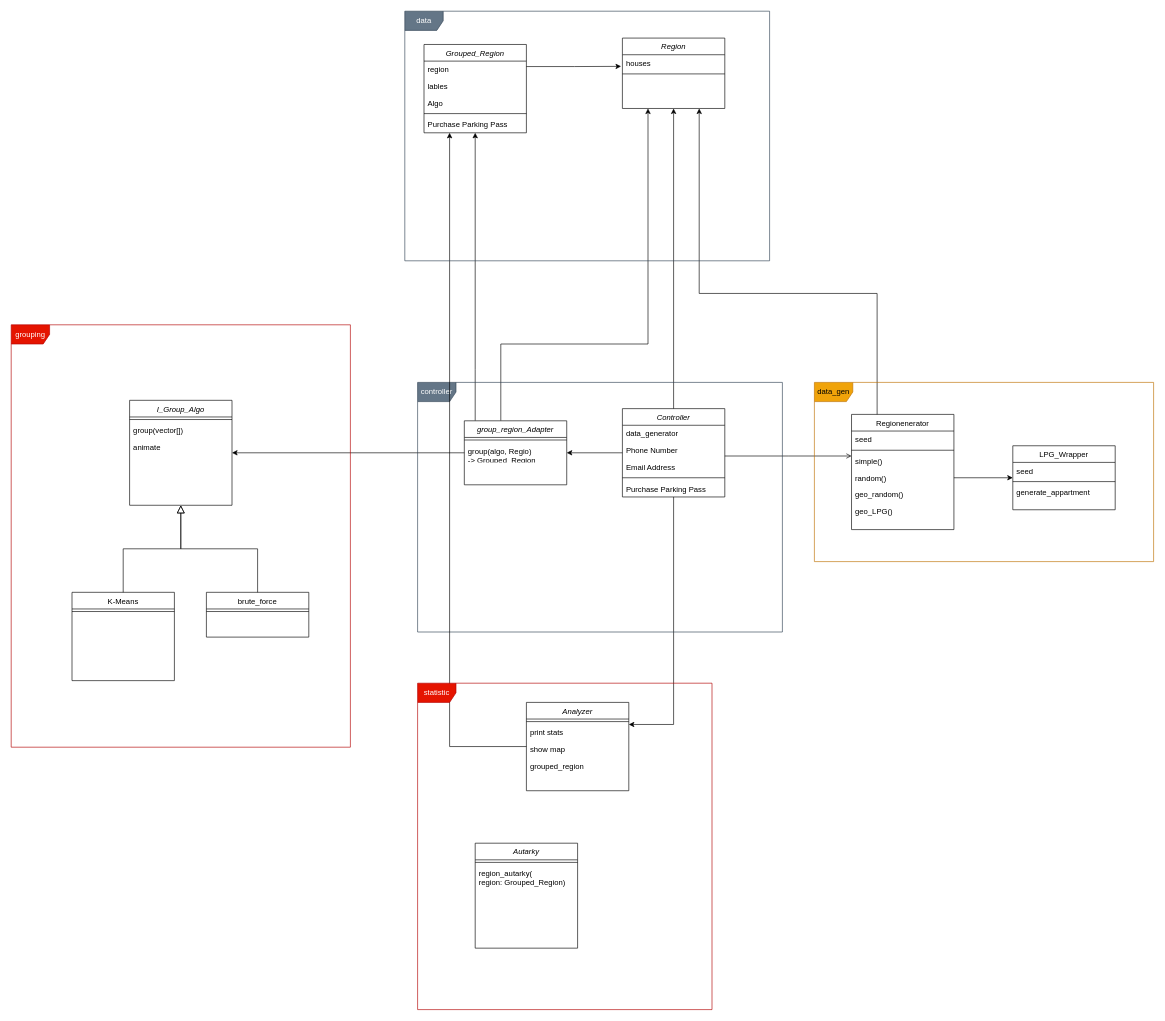
StevenLhmn/energy_grouping keeps this draw.io diagram as diagram/Architektur.drawio. Above is the earlier version. Source tidied: cells renumbered, new cells numbered last; positions are measured from the earlier drawing's top-left corner, leaving out a move shared by most shapes. Both pictures are drawn from the tidied source at 64%, with x=0, y=0 at pixel (11, 11).
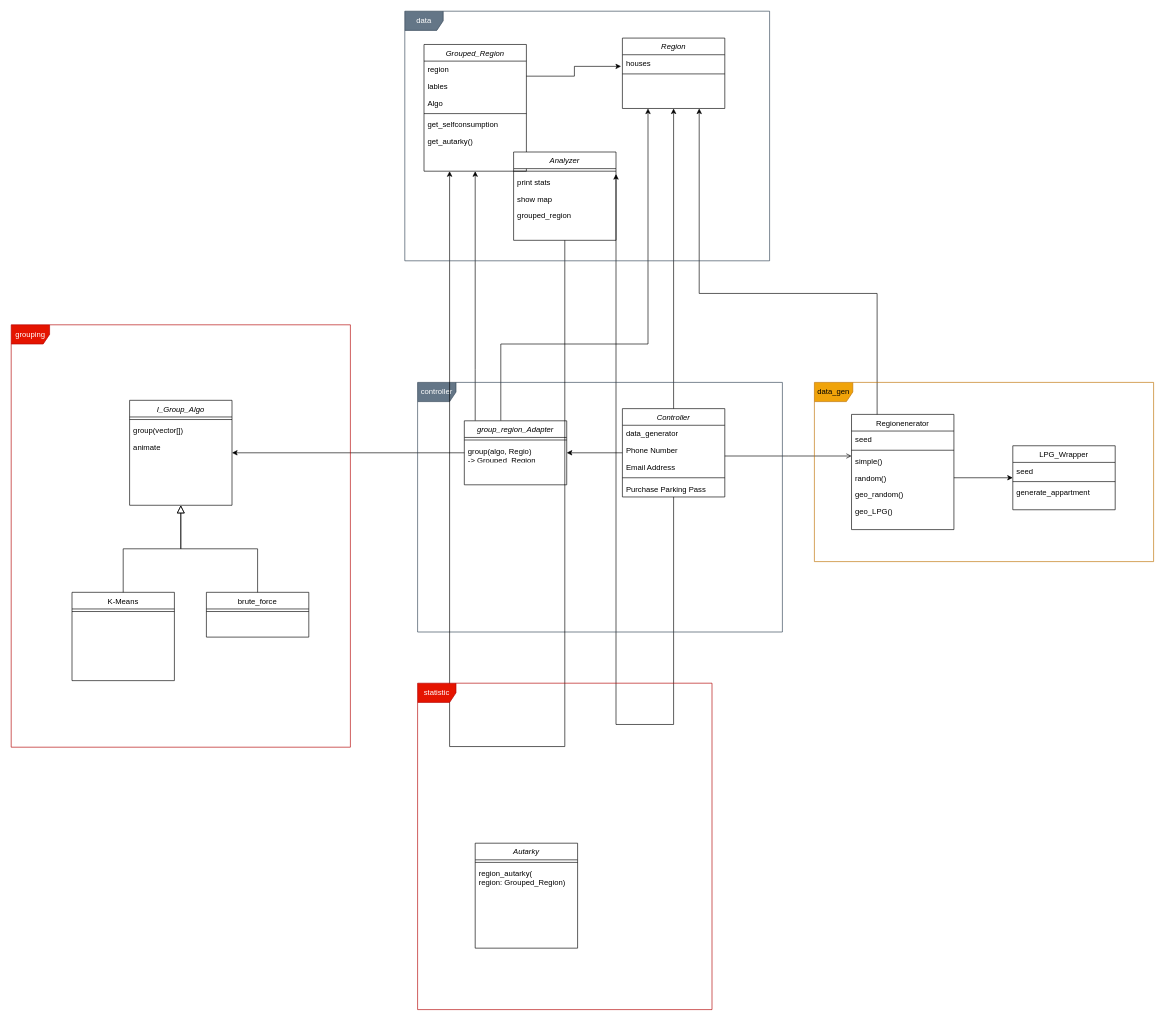
The same page after the edit.

What changed in the source:
```diff
@@
     <mxCell id="36" value="Grouped_Region" style="swimlane;fontStyle=2;align=center;verticalAlign=top;horizontal=1;startSize=26;rounded=0;shadow=0;strokeWidth=1;" parent="1" vertex="1">
-      <mxGeometry x="645" y="52" width="160" height="138" as="geometry" />
+      <mxGeometry x="645" y="52" width="160" height="198" as="geometry" />
     </mxCell>
@@
-    <mxCell id="41" value="Purchase Parking Pass" style="text;align=left;verticalAlign=top;spacingLeft=4;spacingRight=4;overflow=hidden;" parent="36" vertex="1">
+    <mxCell id="41" value="get_selfconsumption" style="text;align=left;verticalAlign=top;spacingLeft=4;spacingRight=4;overflow=hidden;" parent="36" vertex="1">
       <mxGeometry y="112" width="160" height="26" as="geometry" />
     </mxCell>
@@
     <mxCell id="54" value="Analyzer" style="swimlane;fontStyle=2;align=center;verticalAlign=top;horizontal=1;startSize=26;rounded=0;shadow=0;strokeWidth=1;" parent="1" vertex="1">
-      <mxGeometry x="805" y="1080" width="160" height="138" as="geometry" />
+      <mxGeometry x="785" y="220" width="160" height="138" as="geometry" />
     </mxCell>
@@
+    <mxCell id="65" value="get_autarky()" style="text;align=left;verticalAlign=top;spacingLeft=4;spacingRight=4;overflow=hidden;" parent="1" vertex="1">
+      <mxGeometry x="645" y="190" width="160" height="26" as="geometry" />
+    </mxCell>
```
